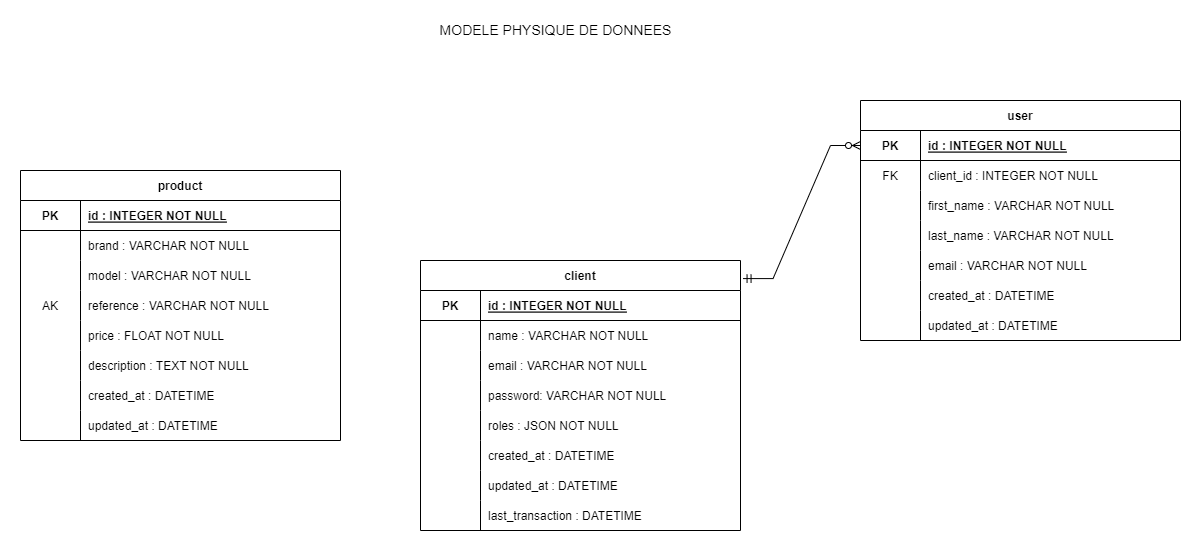
Pierre-Ka/API-OP7 keeps this draw.io diagram as Diagrams/ModelData.png. Above is the earlier version. Source tidied: cells renumbered, new cells last; positions are measured from the earlier drawing's top-left corner, leaving out a move shared by most shapes.
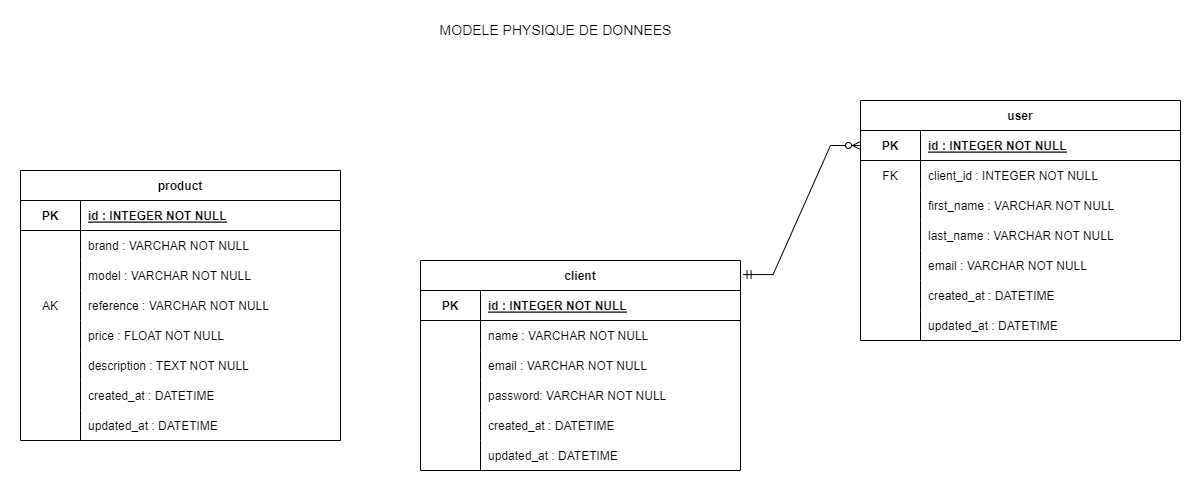
Above is the later version.

Change to the diagram source:
```diff
@@ -3,7 +3,7 @@
     <mxCell id="0" />
     <mxCell id="1" parent="0" />
     <mxCell id="2" value="client" style="shape=table;startSize=30;rowLines=0;fontStyle=1;align=center;" parent="1" vertex="1">
-      <mxGeometry x="400" y="240" width="320" height="270" as="geometry" />
+      <mxGeometry x="400" y="240" width="320" height="210" as="geometry" />
     </mxCell>
     <mxCell id="3" style="shape=partialRectangle;fillColor=none;top=0;left=0;bottom=1;right=0;" parent="2" vertex="1">
       <mxGeometry y="30" width="320" height="30" as="geometry" />
@@ -41,17 +41,8 @@
     <mxCell id="14" value="password: VARCHAR NOT NULL" style="shape=partialRectangle;fillColor=none;top=0;left=0;bottom=0;right=0;align=left;spacingLeft=6;fontStyle=0;overflow=hidden;" parent="12" vertex="1">
       <mxGeometry x="60" width="260" height="30" as="geometry" />
     </mxCell>
-    <mxCell id="15" style="shape=tableRow;horizontal=0;startSize=0;swimlaneHead=0;swimlaneBody=0;fillColor=none;top=0;left=0;right=0;bottom=0;" parent="2" vertex="1">
-      <mxGeometry y="150" width="320" height="30" as="geometry" />
-    </mxCell>
-    <mxCell id="16" style="shape=partialRectangle;fillColor=none;top=0;left=0;bottom=0;right=0;overflow=hidden;" parent="15" vertex="1">
-      <mxGeometry width="60" height="30" as="geometry" />
-    </mxCell>
-    <mxCell id="17" value="roles : JSON NOT NULL" style="shape=partialRectangle;fillColor=none;top=0;left=0;bottom=0;right=0;align=left;spacingLeft=6;overflow=hidden;" parent="15" vertex="1">
-      <mxGeometry x="60" width="260" height="30" as="geometry" />
-    </mxCell>
     <mxCell id="18" style="shape=tableRow;horizontal=0;startSize=0;swimlaneHead=0;swimlaneBody=0;fillColor=none;top=0;left=0;right=0;bottom=0;" parent="2" vertex="1">
-      <mxGeometry y="180" width="320" height="30" as="geometry" />
+      <mxGeometry y="150" width="320" height="30" as="geometry" />
     </mxCell>
     <mxCell id="19" style="shape=partialRectangle;fillColor=none;top=0;left=0;bottom=0;right=0;overflow=hidden;" parent="18" vertex="1">
       <mxGeometry width="60" height="30" as="geometry" />
@@ -60,7 +51,7 @@
       <mxGeometry x="60" width="260" height="30" as="geometry" />
     </mxCell>
     <mxCell id="21" style="shape=partialRectangle;fillColor=none;top=0;left=0;bottom=0;right=0;" parent="2" vertex="1">
-      <mxGeometry y="210" width="320" height="30" as="geometry" />
+      <mxGeometry y="180" width="320" height="30" as="geometry" />
     </mxCell>
     <mxCell id="22" style="shape=partialRectangle;fillColor=none;top=0;left=0;bottom=0;right=0;overflow=hidden;" parent="21" vertex="1">
       <mxGeometry width="60" height="30" as="geometry" />
@@ -68,15 +59,6 @@
     <mxCell id="23" value="updated_at : DATETIME" style="shape=partialRectangle;fillColor=none;top=0;left=0;bottom=0;right=0;align=left;spacingLeft=6;overflow=hidden;" parent="21" vertex="1">
       <mxGeometry x="60" width="260" height="30" as="geometry" />
     </mxCell>
-    <mxCell id="24" style="shape=tableRow;horizontal=0;startSize=0;swimlaneHead=0;swimlaneBody=0;fillColor=none;top=0;left=0;right=0;bottom=0;" parent="2" vertex="1">
-      <mxGeometry y="240" width="320" height="30" as="geometry" />
-    </mxCell>
-    <mxCell id="25" style="shape=partialRectangle;fillColor=none;top=0;left=0;bottom=0;right=0;overflow=hidden;" parent="24" vertex="1">
-      <mxGeometry width="60" height="30" as="geometry" />
-    </mxCell>
-    <mxCell id="26" value="last_transaction : DATETIME" style="shape=partialRectangle;fillColor=none;top=0;left=0;bottom=0;right=0;align=left;spacingLeft=6;overflow=hidden;" parent="24" vertex="1">
-      <mxGeometry x="60" width="260" height="30" as="geometry" />
-    </mxCell>
     <mxCell id="27" value="product" style="shape=table;startSize=30;rowLines=0;fontStyle=1;align=center;" parent="1" vertex="1">
       <mxGeometry y="150" width="320" height="270" as="geometry" />
     </mxCell>
```
